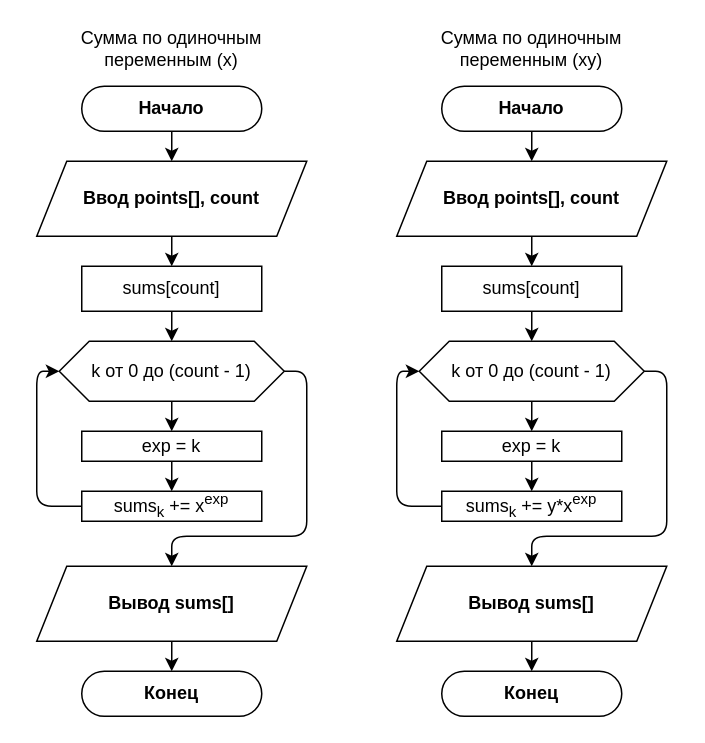
Before: docs/schemes/sums.drawio in SE-Itmo-Labs/nm-sem4-lab6, a draw.io diagram. Source tidied: cells renumbered, new cells numbered last; positions are measured from the earlier drawing's top-left corner, leaving out a move shared by most shapes. Both pictures are drawn from the tidied source at 150%, with x=0, y=0 at pixel (36, 26).
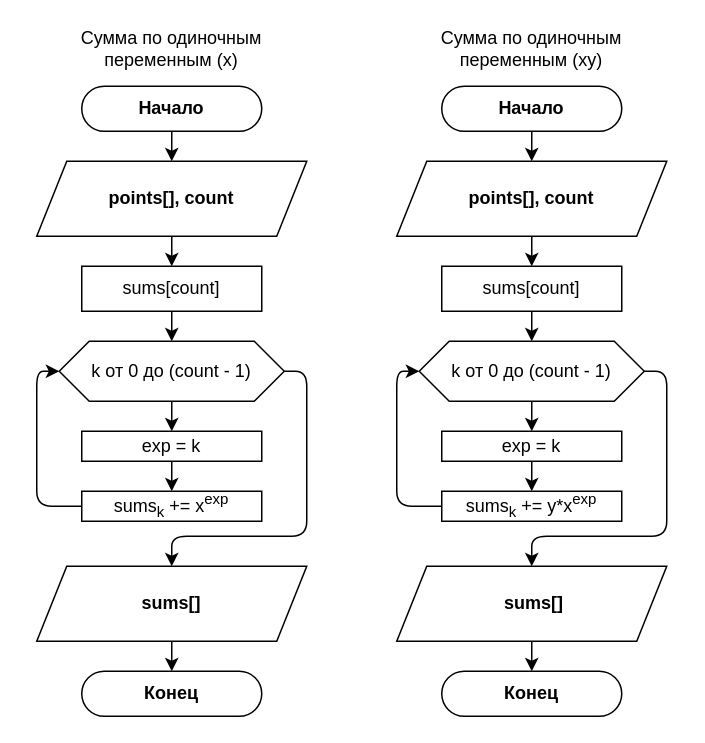
The same diagram, later.

The edit, as a diff of the source:
```diff
@@
-    <mxCell id="15" value="&lt;b&gt;Ввод points[], count&lt;/b&gt;" style="shape=parallelogram;perimeter=parallelogramPerimeter;whiteSpace=wrap;html=1;fixedSize=1;" parent="1" vertex="1">
+    <mxCell id="15" value="&lt;b&gt;points[], count&lt;/b&gt;" style="shape=parallelogram;perimeter=parallelogramPerimeter;whiteSpace=wrap;html=1;fixedSize=1;" parent="1" vertex="1">
       <mxGeometry y="90" width="180" height="50" as="geometry" />
     </mxCell>
@@
-    <mxCell id="17" value="&lt;b&gt;Вывод sums[]&lt;/b&gt;" style="shape=parallelogram;perimeter=parallelogramPerimeter;whiteSpace=wrap;html=1;fixedSize=1;" parent="1" vertex="1">
+    <mxCell id="17" value="&lt;b&gt;sums[]&lt;/b&gt;" style="shape=parallelogram;perimeter=parallelogramPerimeter;whiteSpace=wrap;html=1;fixedSize=1;" parent="1" vertex="1">
       <mxGeometry y="360" width="180" height="50" as="geometry" />
     </mxCell>
@@
-    <mxCell id="32" value="&lt;b&gt;Ввод points[], count&lt;/b&gt;" style="shape=parallelogram;perimeter=parallelogramPerimeter;whiteSpace=wrap;html=1;fixedSize=1;" parent="1" vertex="1">
+    <mxCell id="32" value="&lt;b&gt;points[], count&lt;/b&gt;" style="shape=parallelogram;perimeter=parallelogramPerimeter;whiteSpace=wrap;html=1;fixedSize=1;" parent="1" vertex="1">
       <mxGeometry x="240" y="90" width="180" height="50" as="geometry" />
     </mxCell>
@@
-    <mxCell id="34" value="&lt;b&gt;Вывод sums[]&lt;/b&gt;" style="shape=parallelogram;perimeter=parallelogramPerimeter;whiteSpace=wrap;html=1;fixedSize=1;" parent="1" vertex="1">
+    <mxCell id="34" value="&lt;b&gt;&amp;nbsp;sums[]&lt;/b&gt;" style="shape=parallelogram;perimeter=parallelogramPerimeter;whiteSpace=wrap;html=1;fixedSize=1;" parent="1" vertex="1">
       <mxGeometry x="240" y="360" width="180" height="50" as="geometry" />
     </mxCell>
```
